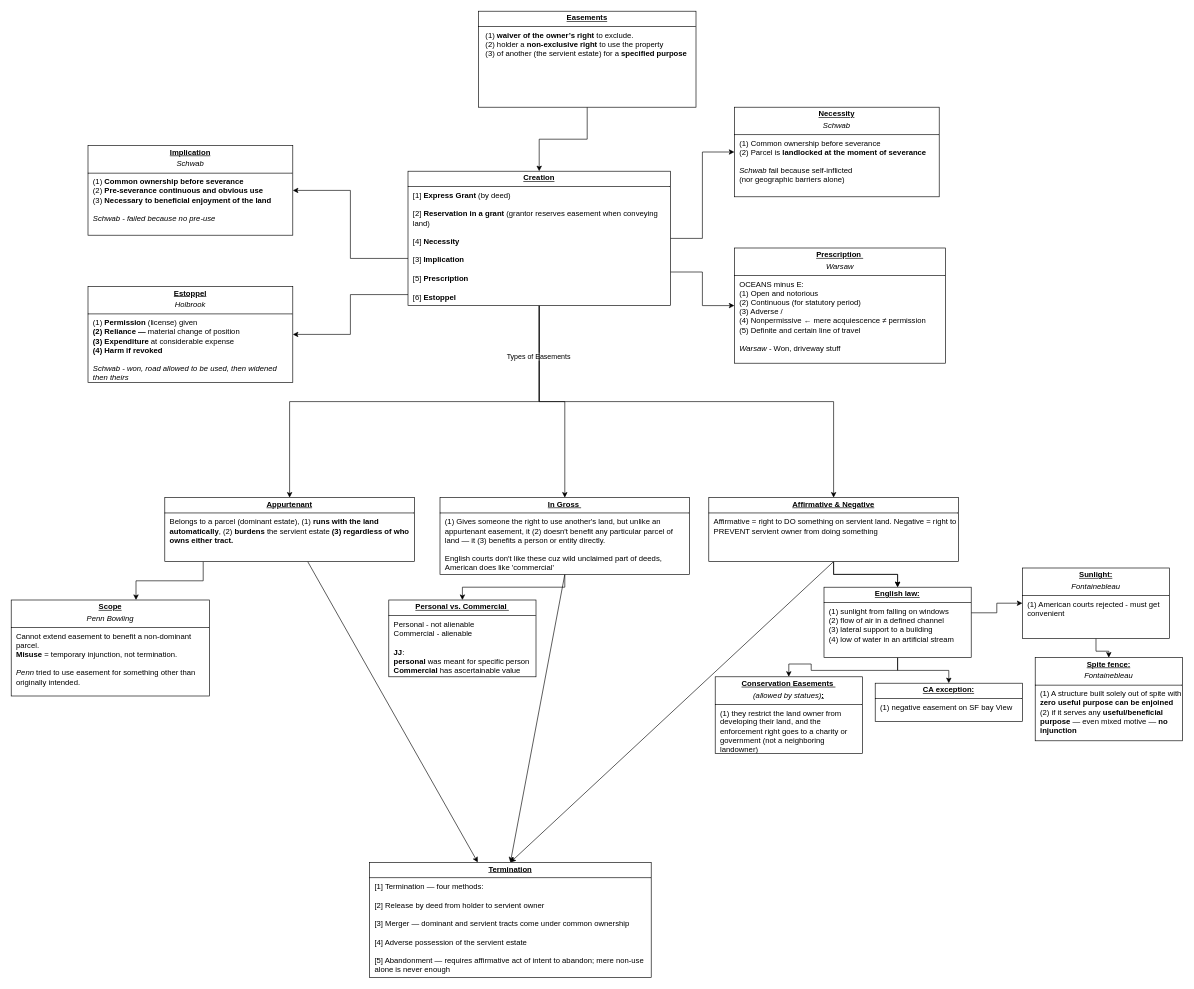
Jdcruz831/law-school keeps this draw.io diagram as page "Easements" (7 of 10) of Property.drawio. Above is the earlier version. Source tidied: cells renumbered, new cells numbered last; positions are measured from the earlier drawing's top-left corner, leaving out a move shared by most shapes. Both pictures are drawn from the tidied source at 64%, with x=0, y=0 at pixel (11, 11).
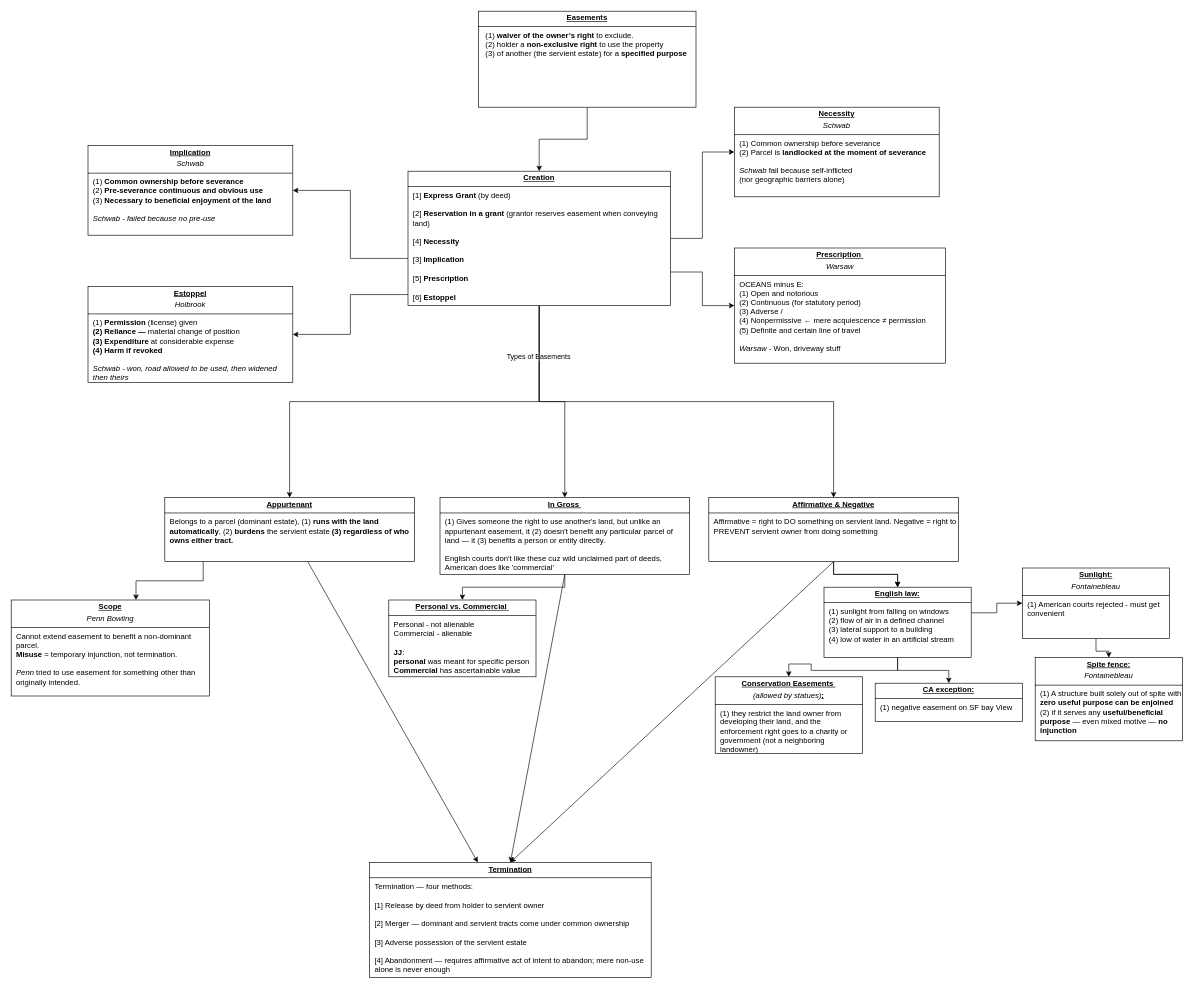
Above is the later version.

Change to the diagram source:
```diff
@@
-    <mxCell id="38" value="&lt;p style=&quot;text-align: center; margin: 4px 0px 0px; text-decoration-color: currentcolor;&quot;&gt;&lt;b&gt;&lt;u&gt;Termination&lt;/u&gt;&lt;/b&gt;&lt;br&gt;&lt;/p&gt;&lt;hr size=&quot;1&quot; style=&quot;border-style:solid;&quot;&gt;&lt;p style=&quot;margin:0px;margin-left:8px;&quot;&gt;[1] Termination — four methods:&lt;/p&gt;&lt;p style=&quot;margin:0px;margin-left:8px;&quot;&gt;&lt;br&gt;&lt;/p&gt;&lt;p style=&quot;margin:0px;margin-left:8px;&quot;&gt;[2] Release by deed from holder to servient owner&lt;/p&gt;&lt;p style=&quot;margin:0px;margin-left:8px;&quot;&gt;&lt;br&gt;&lt;/p&gt;&lt;p style=&quot;margin:0px;margin-left:8px;&quot;&gt;[3] Merger — dominant and servient tracts come under common ownership&lt;/p&gt;&lt;p style=&quot;margin:0px;margin-left:8px;&quot;&gt;&lt;br&gt;&lt;/p&gt;&lt;p style=&quot;margin:0px;margin-left:8px;&quot;&gt;[4] Adverse possession of the servient estate&lt;/p&gt;&lt;p style=&quot;margin:0px;margin-left:8px;&quot;&gt;&lt;br&gt;&lt;/p&gt;&lt;p style=&quot;margin:0px;margin-left:8px;&quot;&gt;[5] Abandonment — requires affirmative act of intent to abandon; mere non-use alone is never enough&lt;/p&gt;" style="verticalAlign=top;align=left;overflow=fill;html=1;whiteSpace=wrap;" parent="1" vertex="1">
+    <mxCell id="38" value="&lt;p style=&quot;text-align: center; margin: 4px 0px 0px; text-decoration-color: currentcolor;&quot;&gt;&lt;b&gt;&lt;u&gt;Termination&lt;/u&gt;&lt;/b&gt;&lt;br&gt;&lt;/p&gt;&lt;hr size=&quot;1&quot; style=&quot;border-style:solid;&quot;&gt;&lt;p style=&quot;margin:0px;margin-left:8px;&quot;&gt;Termination — four methods:&lt;/p&gt;&lt;p style=&quot;margin:0px;margin-left:8px;&quot;&gt;&lt;br&gt;&lt;/p&gt;&lt;p style=&quot;margin:0px;margin-left:8px;&quot;&gt;[1] Release by deed from holder to servient owner&lt;/p&gt;&lt;p style=&quot;margin:0px;margin-left:8px;&quot;&gt;&lt;br&gt;&lt;/p&gt;&lt;p style=&quot;margin:0px;margin-left:8px;&quot;&gt;[2] Merger — dominant and servient tracts come under common ownership&lt;/p&gt;&lt;p style=&quot;margin:0px;margin-left:8px;&quot;&gt;&lt;br&gt;&lt;/p&gt;&lt;p style=&quot;margin:0px;margin-left:8px;&quot;&gt;[3] Adverse possession of the servient estate&lt;/p&gt;&lt;p style=&quot;margin:0px;margin-left:8px;&quot;&gt;&lt;br&gt;&lt;/p&gt;&lt;p style=&quot;margin:0px;margin-left:8px;&quot;&gt;[4] Abandonment — requires affirmative act of intent to abandon; mere non-use alone is never enough&lt;/p&gt;" style="verticalAlign=top;align=left;overflow=fill;html=1;whiteSpace=wrap;" parent="1" vertex="1">
       <mxGeometry x="560" y="1330" width="440" height="180" as="geometry" />
     </mxCell>
```
